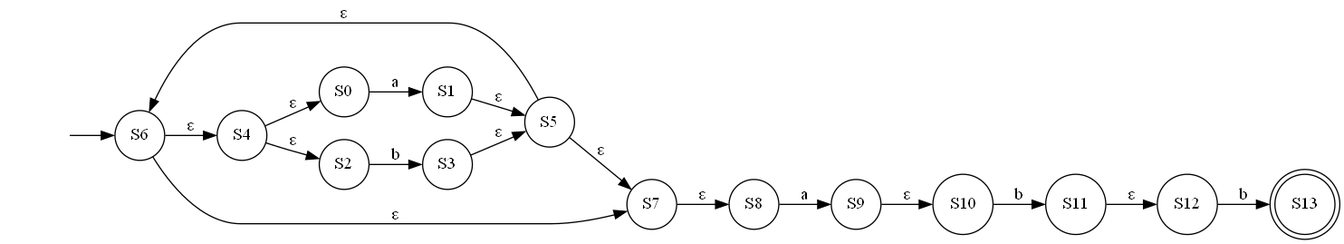
youssefhassan01/Compilers_Assignment keeps this Graphviz diagram as NFA.gv.png. Above is the earlier version. Its source is kept beside it as NFA.gv.
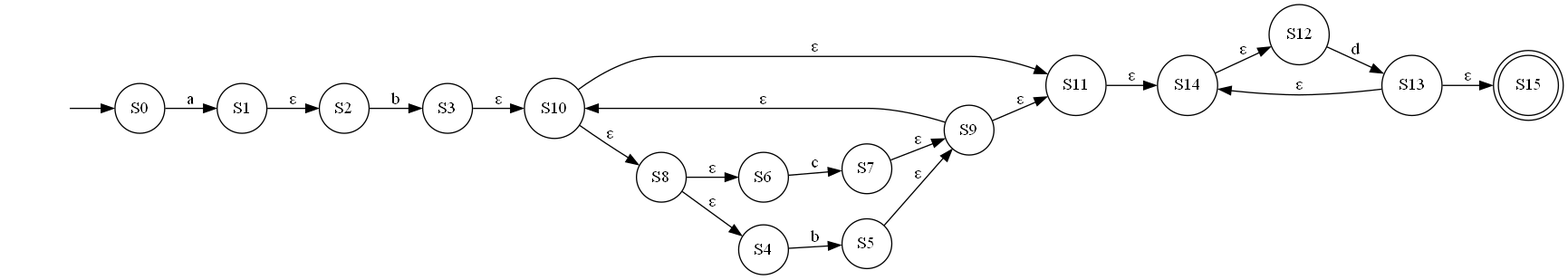
Later version of the same file.

Diff of the diagram source:
```diff
@@ -1,35 +1,40 @@
 digraph NFA {
 	graph [rankdir=LR]
 	"" [label="" shape=plaintext]
-	S13 [label=S13 shape=doublecircle]
+	S15 [label=S15 shape=doublecircle]
+	S9 [label=S9 shape=circle]
+	S7 [label=S7 shape=circle]
+	S14 [label=S14 shape=circle]
+	S10 [label=S10 shape=circle]
+	S4 [label=S4 shape=circle]
+	S11 [label=S11 shape=circle]
+	S13 [label=S13 shape=circle]
+	S5 [label=S5 shape=circle]
+	S2 [label=S2 shape=circle]
+	S0 [label=S0 shape=circle]
+	S6 [label=S6 shape=circle]
 	S3 [label=S3 shape=circle]
-	S10 [label=S10 shape=circle]
-	S0 [label=S0 shape=circle]
-	S4 [label=S4 shape=circle]
-	S5 [label=S5 shape=circle]
-	S6 [label=S6 shape=circle]
+	S8 [label=S8 shape=circle]
+	S1 [label=S1 shape=circle]
 	S12 [label=S12 shape=circle]
-	S11 [label=S11 shape=circle]
-	S7 [label=S7 shape=circle]
-	S9 [label=S9 shape=circle]
-	S8 [label=S8 shape=circle]
-	S2 [label=S2 shape=circle]
-	S1 [label=S1 shape=circle]
-	"" -> S6 [label=""]
+	"" -> S0 [label=""]
 	S0 -> S1 [label=a]
-	S1 -> S5 [label="ε"]
+	S1 -> S2 [label="ε"]
 	S2 -> S3 [label=b]
-	S3 -> S5 [label="ε"]
-	S4 -> S0 [label="ε"]
-	S4 -> S2 [label="ε"]
-	S5 -> S6 [label="ε"]
-	S5 -> S7 [label="ε"]
-	S6 -> S7 [label="ε"]
-	S6 -> S4 [label="ε"]
-	S7 -> S8 [label="ε"]
-	S8 -> S9 [label=a]
+	S3 -> S10 [label="ε"]
+	S4 -> S5 [label=b]
+	S5 -> S9 [label="ε"]
+	S6 -> S7 [label=c]
+	S7 -> S9 [label="ε"]
+	S8 -> S4 [label="ε"]
+	S8 -> S6 [label="ε"]
 	S9 -> S10 [label="ε"]
-	S10 -> S11 [label=b]
-	S11 -> S12 [label="ε"]
-	S12 -> S13 [label=b]
+	S9 -> S11 [label="ε"]
+	S10 -> S8 [label="ε"]
+	S10 -> S11 [label="ε"]
+	S11 -> S14 [label="ε"]
+	S12 -> S13 [label=d]
+	S13 -> S15 [label="ε"]
+	S13 -> S14 [label="ε"]
+	S14 -> S12 [label="ε"]
 }
```
